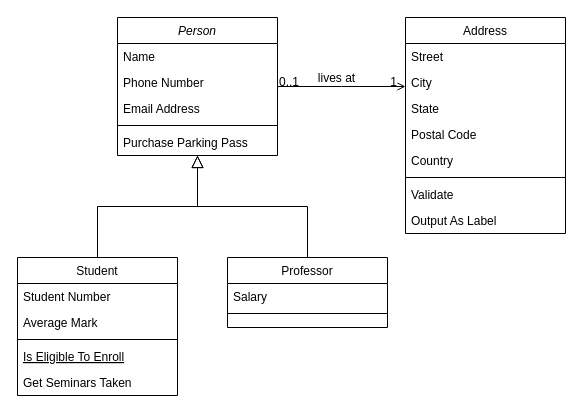
DenisVanin/ProjectOne keeps this draw.io diagram as Untitled Diagram.drawio. Above is the earlier version. Source tidied: cells renumbered, new cells numbered last; positions are measured from the earlier drawing's top-left corner, leaving out a move shared by most shapes. Both pictures are drawn from the tidied source at 100%, with x=0, y=0 at pixel (17, 17).
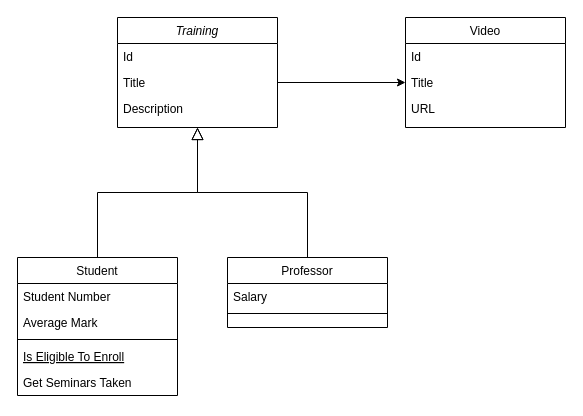
Above is the later version.

Diff of the diagram source:
```diff
@@
-    <mxCell id="2" value="Person" style="swimlane;fontStyle=2;align=center;verticalAlign=top;horizontal=1;startSize=26;rounded=0;shadow=0;strokeWidth=1;" parent="1" vertex="1">
-      <mxGeometry x="100" width="160" height="138" as="geometry" />
+    <mxCell id="2" value="Training" style="swimlane;fontStyle=2;align=center;verticalAlign=top;horizontal=1;startSize=26;rounded=0;shadow=0;strokeWidth=1;" parent="1" vertex="1">
+      <mxGeometry x="100" width="160" height="110" as="geometry" />
     </mxCell>
-    <mxCell id="3" value="Name" style="text;align=left;verticalAlign=top;spacingLeft=4;spacingRight=4;overflow=hidden;" parent="2" vertex="1">
+    <mxCell id="3" value="Id" style="text;align=left;verticalAlign=top;spacingLeft=4;spacingRight=4;overflow=hidden;" parent="2" vertex="1">
       <mxGeometry y="26" width="160" height="26" as="geometry" />
     </mxCell>
-    <mxCell id="4" value="Phone Number" style="text;align=left;verticalAlign=top;spacingLeft=4;spacingRight=4;overflow=hidden;points=[[0,0.5],[1,0.5]];portConstraint=eastwest;rounded=0;shadow=0;html=0;" parent="2" vertex="1">
+    <mxCell id="4" value="Title" style="text;align=left;verticalAlign=top;spacingLeft=4;spacingRight=4;overflow=hidden;points=[[0,0.5],[1,0.5]];portConstraint=eastwest;rounded=0;shadow=0;html=0;" parent="2" vertex="1">
       <mxGeometry y="52" width="160" height="26" as="geometry" />
     </mxCell>
-    <mxCell id="5" value="Email Address" style="text;align=left;verticalAlign=top;spacingLeft=4;spacingRight=4;overflow=hidden;rounded=0;shadow=0;html=0;" parent="2" vertex="1">
+    <mxCell id="5" value="Description" style="text;align=left;verticalAlign=top;spacingLeft=4;spacingRight=4;overflow=hidden;rounded=0;shadow=0;html=0;" parent="2" vertex="1">
       <mxGeometry y="78" width="160" height="26" as="geometry" />
     </mxCell>
-    <mxCell id="6" style="line;html=1;strokeWidth=1;align=left;verticalAlign=middle;spacingTop=-1;spacingLeft=3;spacingRight=3;labelPosition=right;" parent="2" vertex="1">
-      <mxGeometry y="104" width="160" height="8" as="geometry" />
-    </mxCell>
-    <mxCell id="7" value="Purchase Parking Pass" style="text;align=left;verticalAlign=top;spacingLeft=4;spacingRight=4;overflow=hidden;" parent="2" vertex="1">
-      <mxGeometry y="112" width="160" height="26" as="geometry" />
-    </mxCell>
@@
-    <mxCell id="19" value="Address" style="swimlane;fontStyle=0;align=center;verticalAlign=top;horizontal=1;startSize=26;rounded=0;shadow=0;strokeWidth=1;" parent="1" vertex="1">
-      <mxGeometry x="388" width="160" height="216" as="geometry" />
+    <mxCell id="19" value="Video" style="swimlane;fontStyle=0;align=center;verticalAlign=top;horizontal=1;startSize=26;rounded=0;shadow=0;strokeWidth=1;" parent="1" vertex="1">
+      <mxGeometry x="388" width="160" height="110" as="geometry" />
     </mxCell>
-    <mxCell id="20" value="Street" style="text;align=left;verticalAlign=top;spacingLeft=4;spacingRight=4;overflow=hidden;" parent="19" vertex="1">
+    <mxCell id="20" value="Id" style="text;align=left;verticalAlign=top;spacingLeft=4;spacingRight=4;overflow=hidden;" parent="19" vertex="1">
       <mxGeometry y="26" width="160" height="26" as="geometry" />
     </mxCell>
-    <mxCell id="21" value="City" style="text;align=left;verticalAlign=top;spacingLeft=4;spacingRight=4;overflow=hidden;points=[[0,0.5],[1,0.5]];portConstraint=eastwest;rounded=0;shadow=0;html=0;" parent="19" vertex="1">
+    <mxCell id="21" value="Title" style="text;align=left;verticalAlign=top;spacingLeft=4;spacingRight=4;overflow=hidden;points=[[0,0.5],[1,0.5]];portConstraint=eastwest;rounded=0;shadow=0;html=0;" parent="19" vertex="1">
       <mxGeometry y="52" width="160" height="26" as="geometry" />
     </mxCell>
-    <mxCell id="22" value="State" style="text;align=left;verticalAlign=top;spacingLeft=4;spacingRight=4;overflow=hidden;rounded=0;shadow=0;html=0;" parent="19" vertex="1">
+    <mxCell id="22" value="URL" style="text;align=left;verticalAlign=top;spacingLeft=4;spacingRight=4;overflow=hidden;rounded=0;shadow=0;html=0;" parent="19" vertex="1">
       <mxGeometry y="78" width="160" height="26" as="geometry" />
     </mxCell>
-    <mxCell id="23" value="Postal Code" style="text;align=left;verticalAlign=top;spacingLeft=4;spacingRight=4;overflow=hidden;rounded=0;shadow=0;html=0;" parent="19" vertex="1">
-      <mxGeometry y="104" width="160" height="26" as="geometry" />
-    </mxCell>
-    <mxCell id="24" value="Country" style="text;align=left;verticalAlign=top;spacingLeft=4;spacingRight=4;overflow=hidden;rounded=0;shadow=0;html=0;" parent="19" vertex="1">
-      <mxGeometry y="130" width="160" height="26" as="geometry" />
-    </mxCell>
-    <mxCell id="25" style="line;html=1;strokeWidth=1;align=left;verticalAlign=middle;spacingTop=-1;spacingLeft=3;spacingRight=3;labelPosition=right;" parent="19" vertex="1">
-      <mxGeometry y="156" width="160" height="8" as="geometry" />
-    </mxCell>
-    <mxCell id="26" value="Validate" style="text;align=left;verticalAlign=top;spacingLeft=4;spacingRight=4;overflow=hidden;" parent="19" vertex="1">
-      <mxGeometry y="164" width="160" height="26" as="geometry" />
-    </mxCell>
-    <mxCell id="27" value="Output As Label" style="text;align=left;verticalAlign=top;spacingLeft=4;spacingRight=4;overflow=hidden;" parent="19" vertex="1">
-      <mxGeometry y="190" width="160" height="26" as="geometry" />
-    </mxCell>
-    <mxCell id="28" style="endArrow=open;shadow=0;strokeWidth=1;rounded=0;endFill=1;edgeStyle=elbowEdgeStyle;elbow=vertical;" parent="1" edge="1" source="2" target="19">
-      <mxGeometry x="0.5" y="41" relative="1" as="geometry">
-        <mxPoint x="-40" y="32" as="offset" />
-      </mxGeometry>
-    </mxCell>
-    <mxCell id="29" value="0..1" style="align=left;verticalAlign=bottom;labelBackgroundColor=none;fontSize=12;" parent="28" vertex="1">
-      <mxGeometry x="-1" relative="1" as="geometry">
-        <mxPoint y="4" as="offset" />
-      </mxGeometry>
-    </mxCell>
-    <mxCell id="30" value="1" style="align=right;verticalAlign=bottom;labelBackgroundColor=none;fontSize=12;" parent="28" vertex="1">
-      <mxGeometry x="1" relative="1" as="geometry">
-        <mxPoint x="-7" y="4" as="offset" />
-      </mxGeometry>
-    </mxCell>
-    <mxCell id="31" value="lives at" style="text;html=1;align=center;verticalAlign=middle;labelBackgroundColor=none;rounded=0;shadow=0;strokeWidth=1;fontSize=12;" parent="28" vertex="1">
-      <mxGeometry x="0.5" y="49" relative="1" as="geometry">
-        <mxPoint x="-38" y="40" as="offset" />
-      </mxGeometry>
-    </mxCell>
+    <mxCell id="32" style="endArrow=classic;html=1;rounded=0;exitX=1;exitY=0.5;exitDx=0;exitDy=0;entryX=0;entryY=0.5;entryDx=0;entryDy=0;" parent="1" edge="1" source="4" target="21">
+      <mxGeometry relative="1" as="geometry" />
+    </mxCell>
```
